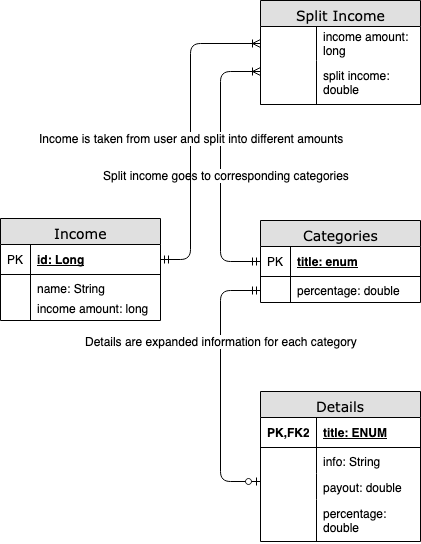
Before: docs/budget_erd.png, a diagram exported from draw.io (TreyPage/budget-backwards). Source tidied: cells renumbered, new cells last; positions are measured from the earlier drawing's top-left corner, leaving out a move shared by most shapes.
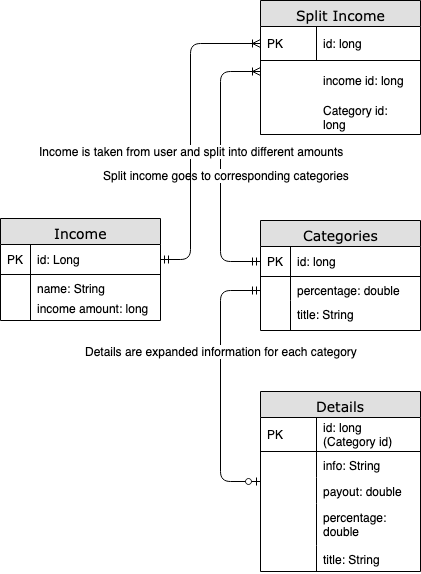
The same diagram one commit later.

Diff of the diagram source:
```diff
@@ -3,127 +3,141 @@
     <mxCell id="0" />
     <mxCell id="1" parent="0" />
     <mxCell id="2" value="Split Income" style="swimlane;html=1;fontStyle=0;horizontal=1;startSize=26;fillColor=#e0e0e0;swimlaneFillColor=#ffffff;align=center;rounded=0;shadow=0;comic=0;labelBackgroundColor=none;strokeColor=#000000;strokeWidth=1;fontFamily=Verdana;fontSize=14;fontColor=#000000;" parent="1" vertex="1">
-      <mxGeometry x="260" width="160" height="104" as="geometry" />
+      <mxGeometry x="260" width="160" height="134" as="geometry" />
     </mxCell>
-    <mxCell id="3" value="income amount: long" style="shape=partialRectangle;top=0;left=0;right=0;bottom=0;html=1;align=left;verticalAlign=middle;fillColor=none;spacingLeft=60;spacingRight=4;whiteSpace=wrap;overflow=hidden;points=[[0,0.5],[1,0.5]];portConstraint=eastwest;fontStyle=0;" parent="2" vertex="1">
+    <mxCell id="3" value="id: long" style="shape=partialRectangle;top=0;left=0;right=0;bottom=1;html=1;align=left;verticalAlign=middle;fillColor=none;spacingLeft=60;spacingRight=4;whiteSpace=wrap;overflow=hidden;points=[[0,0.5],[1,0.5]];portConstraint=eastwest;fontStyle=0;" parent="2" vertex="1">
       <mxGeometry y="26" width="160" height="34" as="geometry" />
     </mxCell>
-    <mxCell id="4" style="shape=partialRectangle;fontStyle=1;top=0;left=0;bottom=0;html=1;fillColor=none;align=left;verticalAlign=middle;spacingLeft=4;spacingRight=4;whiteSpace=wrap;overflow=hidden;" parent="3" vertex="1">
+    <mxCell id="4" value="PK" style="shape=partialRectangle;fontStyle=0;top=0;left=0;bottom=0;html=1;fillColor=none;align=left;verticalAlign=middle;spacingLeft=4;spacingRight=4;whiteSpace=wrap;overflow=hidden;" parent="3" vertex="1">
       <mxGeometry width="56" height="34" as="geometry" />
     </mxCell>
-    <mxCell id="5" value="split income: double" style="shape=partialRectangle;top=0;left=0;right=0;bottom=1;html=1;align=left;verticalAlign=middle;fillColor=none;spacingLeft=60;spacingRight=4;whiteSpace=wrap;overflow=hidden;fontStyle=0;" parent="2" vertex="1">
-      <mxGeometry y="60" width="160" height="44" as="geometry" />
+    <mxCell id="5" value="income id: long" style="shape=partialRectangle;top=0;left=1;right=0;bottom=0;html=1;align=left;verticalAlign=middle;fillColor=none;spacingLeft=60;spacingRight=4;whiteSpace=wrap;overflow=hidden;fontStyle=0;labelBorderColor=none;perimeterSpacing=0;" parent="2" vertex="1">
+      <mxGeometry y="60" width="160" height="40" as="geometry" />
     </mxCell>
-    <mxCell id="6" style="shape=partialRectangle;fontStyle=1;top=0;left=0;bottom=0;html=1;fillColor=none;align=left;verticalAlign=middle;spacingLeft=4;spacingRight=4;whiteSpace=wrap;overflow=hidden;" parent="5" vertex="1">
-      <mxGeometry width="56" height="44" as="geometry" />
+    <mxCell id="6" value="Category id: long" style="shape=partialRectangle;top=0;left=1;right=0;bottom=0;html=1;align=left;verticalAlign=middle;fillColor=none;spacingLeft=60;spacingRight=4;whiteSpace=wrap;overflow=hidden;fontStyle=0;" parent="2" vertex="1">
+      <mxGeometry y="100" width="160" height="34" as="geometry" />
     </mxCell>
     <mxCell id="7" value="Categories" style="swimlane;html=1;fontStyle=0;horizontal=1;startSize=26;fillColor=#e0e0e0;swimlaneFillColor=#ffffff;align=center;rounded=0;shadow=0;comic=0;labelBackgroundColor=none;strokeColor=#000000;strokeWidth=1;fontFamily=Verdana;fontSize=14;fontColor=#000000;" parent="1" vertex="1">
-      <mxGeometry x="260" y="220" width="160" height="82" as="geometry" />
+      <mxGeometry x="260" y="220" width="160" height="110" as="geometry" />
     </mxCell>
-    <mxCell id="8" value="title: enum" style="shape=partialRectangle;top=0;left=0;right=0;bottom=1;html=1;align=left;verticalAlign=middle;fillColor=none;spacingLeft=34;spacingRight=4;whiteSpace=wrap;overflow=hidden;points=[[0,0.5],[1,0.5]];portConstraint=eastwest;fontStyle=5;" parent="7" vertex="1">
+    <mxCell id="8" value="id: long" style="shape=partialRectangle;top=0;left=0;right=0;bottom=1;html=1;align=left;verticalAlign=middle;fillColor=none;spacingLeft=34;spacingRight=4;whiteSpace=wrap;overflow=hidden;points=[[0,0.5],[1,0.5]];portConstraint=eastwest;fontStyle=0;" parent="7" vertex="1">
       <mxGeometry y="26" width="160" height="30" as="geometry" />
     </mxCell>
     <mxCell id="9" value="PK" style="shape=partialRectangle;top=0;left=0;bottom=0;html=1;fillColor=none;align=left;verticalAlign=middle;spacingLeft=4;spacingRight=4;whiteSpace=wrap;overflow=hidden;" parent="8" vertex="1">
       <mxGeometry width="30" height="30" as="geometry" />
     </mxCell>
-    <mxCell id="10" value="percentage: double" style="shape=partialRectangle;top=0;left=0;right=0;bottom=0;html=1;align=left;verticalAlign=top;fillColor=none;spacingLeft=34;spacingRight=4;whiteSpace=wrap;overflow=hidden;" parent="7" vertex="1">
-      <mxGeometry y="56" width="160" height="26" as="geometry" />
+    <mxCell id="10" value="&lt;div&gt;percentage: double&lt;/div&gt;" style="shape=partialRectangle;top=0;left=0;right=0;bottom=0;html=1;align=left;verticalAlign=top;fillColor=none;spacingLeft=34;spacingRight=4;whiteSpace=wrap;overflow=hidden;" parent="7" vertex="1">
+      <mxGeometry y="56" width="160" height="24" as="geometry" />
     </mxCell>
     <mxCell id="11" style="shape=partialRectangle;top=0;left=0;bottom=0;html=1;fillColor=none;align=left;verticalAlign=top;spacingLeft=4;spacingRight=4;whiteSpace=wrap;overflow=hidden;" parent="10" vertex="1">
-      <mxGeometry width="30" height="26" as="geometry" />
+      <mxGeometry width="30" height="24" as="geometry" />
     </mxCell>
     <mxCell id="12" value="Details" style="swimlane;html=1;fontStyle=0;horizontal=1;startSize=26;fillColor=#e0e0e0;swimlaneFillColor=#ffffff;align=center;rounded=0;shadow=0;comic=0;labelBackgroundColor=none;strokeColor=#000000;strokeWidth=1;fontFamily=Verdana;fontSize=14;fontColor=#000000;" parent="1" vertex="1">
-      <mxGeometry x="260" y="391" width="160" height="150" as="geometry" />
+      <mxGeometry x="260" y="391" width="160" height="180" as="geometry" />
     </mxCell>
-    <mxCell id="13" value="title: ENUM" style="shape=partialRectangle;top=0;left=0;right=0;bottom=1;html=1;align=left;verticalAlign=middle;fillColor=none;spacingLeft=60;spacingRight=4;whiteSpace=wrap;overflow=hidden;fontStyle=5;" parent="12" vertex="1">
-      <mxGeometry y="26" width="160" height="30" as="geometry" />
+    <mxCell id="13" value="id: long (Category id)" style="shape=partialRectangle;top=0;left=0;right=0;bottom=1;html=1;align=left;verticalAlign=middle;fillColor=none;spacingLeft=60;spacingRight=4;whiteSpace=wrap;overflow=hidden;fontStyle=0;" parent="12" vertex="1">
+      <mxGeometry y="26" width="160" height="34" as="geometry" />
     </mxCell>
-    <mxCell id="14" value="PK,FK2" style="shape=partialRectangle;fontStyle=1;top=0;left=0;bottom=0;html=1;fillColor=none;align=left;verticalAlign=middle;spacingLeft=4;spacingRight=4;whiteSpace=wrap;overflow=hidden;" parent="13" vertex="1">
-      <mxGeometry width="56" height="30" as="geometry" />
+    <mxCell id="14" value="PK" style="shape=partialRectangle;fontStyle=0;top=0;left=0;bottom=0;html=1;fillColor=none;align=left;verticalAlign=middle;spacingLeft=4;spacingRight=4;whiteSpace=wrap;overflow=hidden;" parent="13" vertex="1">
+      <mxGeometry width="56" height="34" as="geometry" />
     </mxCell>
     <mxCell id="15" value="info: String" style="shape=partialRectangle;top=0;left=0;right=0;bottom=0;html=1;align=left;verticalAlign=top;fillColor=none;spacingLeft=60;spacingRight=4;whiteSpace=wrap;overflow=hidden;" parent="12" vertex="1">
-      <mxGeometry y="56" width="160" height="26" as="geometry" />
+      <mxGeometry y="60" width="160" height="26" as="geometry" />
     </mxCell>
     <mxCell id="16" style="shape=partialRectangle;top=0;left=0;bottom=0;html=1;fillColor=none;align=left;verticalAlign=top;spacingLeft=4;spacingRight=4;whiteSpace=wrap;overflow=hidden;" parent="15" vertex="1">
       <mxGeometry width="56" height="26" as="geometry" />
     </mxCell>
     <mxCell id="17" value="payout: double" style="shape=partialRectangle;top=0;left=0;right=0;bottom=0;html=1;align=left;verticalAlign=top;fillColor=none;spacingLeft=60;spacingRight=4;whiteSpace=wrap;overflow=hidden;" parent="12" vertex="1">
-      <mxGeometry y="82" width="160" height="26" as="geometry" />
+      <mxGeometry y="86" width="160" height="26" as="geometry" />
     </mxCell>
     <mxCell id="18" style="shape=partialRectangle;top=0;left=0;bottom=0;html=1;fillColor=none;align=left;verticalAlign=top;spacingLeft=4;spacingRight=4;whiteSpace=wrap;overflow=hidden;" parent="17" vertex="1">
       <mxGeometry width="56" height="26" as="geometry" />
     </mxCell>
     <mxCell id="19" value="percentage: double" style="shape=partialRectangle;top=0;left=0;right=0;bottom=0;html=1;align=left;verticalAlign=top;fillColor=none;spacingLeft=60;spacingRight=4;whiteSpace=wrap;overflow=hidden;" parent="12" vertex="1">
-      <mxGeometry y="108" width="160" height="42" as="geometry" />
+      <mxGeometry y="112" width="160" height="42" as="geometry" />
     </mxCell>
     <mxCell id="20" style="shape=partialRectangle;top=0;left=0;bottom=0;html=1;fillColor=none;align=left;verticalAlign=top;spacingLeft=4;spacingRight=4;whiteSpace=wrap;overflow=hidden;" parent="19" vertex="1">
       <mxGeometry width="56" height="42" as="geometry" />
     </mxCell>
-    <mxCell id="21" style="edgeStyle=orthogonalEdgeStyle;html=1;endArrow=ERoneToMany;startArrow=ERmandOne;labelBackgroundColor=none;fontFamily=Verdana;fontSize=14;exitX=0;exitY=0.5;endFill=0;startFill=0;" parent="1" edge="1" source="8">
-      <mxGeometry relative="1" as="geometry">
-        <mxPoint x="260" y="71" as="targetPoint" />
-        <Array as="points">
-          <mxPoint x="220" y="261" />
-          <mxPoint x="220" y="71" />
-        </Array>
-      </mxGeometry>
+    <mxCell id="21" value="title: String" style="shape=partialRectangle;top=0;left=0;right=0;bottom=0;html=1;align=left;verticalAlign=top;fillColor=none;spacingLeft=60;spacingRight=4;whiteSpace=wrap;overflow=hidden;" parent="12" vertex="1">
+      <mxGeometry y="154" width="160" height="26" as="geometry" />
     </mxCell>
-    <mxCell id="22" value="Split income goes to corresponding categories" style="text;html=1;align=center;verticalAlign=middle;labelBackgroundColor=#ffffff;" parent="21" vertex="1">
-      <mxGeometry x="-0.06" y="-5" relative="1" as="geometry" />
+    <mxCell id="22" style="shape=partialRectangle;top=0;left=0;bottom=0;html=1;fillColor=none;align=left;verticalAlign=top;spacingLeft=4;spacingRight=4;whiteSpace=wrap;overflow=hidden;" parent="21" vertex="1">
+      <mxGeometry width="56" height="26" as="geometry" />
     </mxCell>
-    <mxCell id="23" style="edgeStyle=orthogonalEdgeStyle;html=1;endArrow=ERmandOne;endFill=0;startArrow=ERzeroToOne;labelBackgroundColor=none;fontFamily=Verdana;fontSize=14;exitX=0;exitY=0.5;startFill=1;" parent="1" edge="1">
+    <mxCell id="23" style="edgeStyle=orthogonalEdgeStyle;html=1;endArrow=ERoneToMany;startArrow=ERmandOne;labelBackgroundColor=none;fontFamily=Verdana;fontSize=14;exitX=0;exitY=0.5;endFill=0;startFill=0;" parent="1" edge="1" source="8">
       <mxGeometry relative="1" as="geometry">
-        <mxPoint x="260" y="481" as="sourcePoint" />
-        <mxPoint x="260" y="290" as="targetPoint" />
+        <mxPoint x="260" y="71" as="targetPoint" />
         <Array as="points">
-          <mxPoint x="220" y="481" />
-          <mxPoint x="220" y="290" />
-          <mxPoint x="260" y="290" />
+          <mxPoint x="220" y="261" />
+          <mxPoint x="220" y="71" />
         </Array>
       </mxGeometry>
     </mxCell>
-    <mxCell id="24" value="Details are expanded information for each category" style="text;html=1;align=center;verticalAlign=middle;labelBackgroundColor=#ffffff;" parent="23" vertex="1">
-      <mxGeometry x="0.15" y="-3" relative="1" as="geometry">
-        <mxPoint x="-3" y="-25" as="offset" />
-      </mxGeometry>
+    <mxCell id="24" value="Split income goes to corresponding categories" style="text;html=1;align=center;verticalAlign=middle;labelBackgroundColor=#ffffff;" parent="23" vertex="1">
+      <mxGeometry x="-0.06" y="-5" relative="1" as="geometry" />
     </mxCell>
-    <mxCell id="25" value="Income" style="swimlane;html=1;fontStyle=0;horizontal=1;startSize=26;fillColor=#e0e0e0;swimlaneFillColor=#ffffff;align=center;rounded=0;shadow=0;comic=0;labelBackgroundColor=none;strokeColor=#000000;strokeWidth=1;fontFamily=Verdana;fontSize=14;fontColor=#000000;" parent="1" vertex="1">
-      <mxGeometry y="218" width="160" height="102" as="geometry" />
+    <mxCell id="25" style="edgeStyle=orthogonalEdgeStyle;html=1;endArrow=ERmandOne;endFill=0;startArrow=ERzeroToOne;labelBackgroundColor=none;fontFamily=Verdana;fontSize=14;exitX=0;exitY=0.5;startFill=1;" parent="1" edge="1">
+      <mxGeometry relative="1" as="geometry">
+        <mxPoint x="260" y="481" as="sourcePoint" />
+        <mxPoint x="260" y="290" as="targetPoint" />
+        <Array as="points">
+          <mxPoint x="220" y="481" />
+          <mxPoint x="220" y="290" />
+          <mxPoint x="260" y="290" />
+        </Array>
+      </mxGeometry>
     </mxCell>
-    <mxCell id="26" value="id: Long" style="shape=partialRectangle;top=0;left=0;right=0;bottom=1;html=1;align=left;verticalAlign=middle;fillColor=none;spacingLeft=34;spacingRight=4;whiteSpace=wrap;overflow=hidden;points=[[0,0.5],[1,0.5]];portConstraint=eastwest;fontStyle=5;" parent="25" vertex="1">
-      <mxGeometry y="26" width="160" height="30" as="geometry" />
+    <mxCell id="26" value="Details are expanded information for each category" style="text;html=1;points=[];align=center;verticalAlign=middle;labelBackgroundColor=#ffffff;" parent="25" vertex="1">
+      <mxGeometry x="0.15" y="-3" relative="1" as="geometry">
+        <mxPoint x="-3" y="-15" as="offset" />
+      </mxGeometry>
     </mxCell>
-    <mxCell id="27" value="PK" style="shape=partialRectangle;top=0;left=0;bottom=0;html=1;fillColor=none;align=left;verticalAlign=middle;spacingLeft=4;spacingRight=4;whiteSpace=wrap;overflow=hidden;" parent="26" vertex="1">
-      <mxGeometry width="30" height="30" as="geometry" />
+    <mxCell id="27" value="Income" style="swimlane;html=1;fontStyle=0;horizontal=1;startSize=26;fillColor=#e0e0e0;swimlaneFillColor=#ffffff;align=center;rounded=0;shadow=0;comic=0;labelBackgroundColor=none;strokeColor=#000000;strokeWidth=1;fontFamily=Verdana;fontSize=14;fontColor=#000000;" parent="1" vertex="1">
+      <mxGeometry y="218" width="160" height="102" as="geometry" />
     </mxCell>
-    <mxCell id="28" value="&lt;div&gt;name: String&lt;/div&gt;&lt;div&gt;&lt;br&gt;&lt;/div&gt;" style="shape=partialRectangle;top=0;left=0;right=0;bottom=0;html=1;align=left;verticalAlign=top;fillColor=none;spacingLeft=34;spacingRight=4;whiteSpace=wrap;overflow=hidden;points=[[0,0.5],[1,0.5]];portConstraint=eastwest;" parent="25" vertex="1">
-      <mxGeometry y="56" width="160" height="26" as="geometry" />
+    <mxCell id="28" value="id: Long" style="shape=partialRectangle;top=0;left=0;right=0;bottom=1;html=1;align=left;verticalAlign=middle;fillColor=none;spacingLeft=34;spacingRight=4;whiteSpace=wrap;overflow=hidden;points=[[0,0.5],[1,0.5]];portConstraint=eastwest;fontStyle=0;" parent="27" vertex="1">
+      <mxGeometry y="26" width="160" height="30" as="geometry" />
     </mxCell>
-    <mxCell id="29" style="shape=partialRectangle;top=0;left=0;bottom=0;html=1;fillColor=none;align=left;verticalAlign=top;spacingLeft=4;spacingRight=4;whiteSpace=wrap;overflow=hidden;" parent="28" vertex="1">
-      <mxGeometry width="30" height="26" as="geometry" />
+    <mxCell id="29" value="PK" style="shape=partialRectangle;top=0;left=0;bottom=0;html=1;fillColor=none;align=left;verticalAlign=middle;spacingLeft=4;spacingRight=4;whiteSpace=wrap;overflow=hidden;" parent="28" vertex="1">
+      <mxGeometry width="30" height="30" as="geometry" />
     </mxCell>
-    <mxCell id="30" style="shape=partialRectangle;top=0;left=0;right=0;bottom=0;html=1;align=left;verticalAlign=top;fillColor=none;spacingLeft=34;spacingRight=4;whiteSpace=wrap;overflow=hidden;" parent="25" vertex="1">
-      <mxGeometry y="82" width="160" height="10" as="geometry" />
+    <mxCell id="30" value="&lt;div&gt;name: String&lt;/div&gt;&lt;div&gt;&lt;br&gt;&lt;/div&gt;" style="shape=partialRectangle;top=0;left=0;right=0;bottom=0;html=1;align=left;verticalAlign=top;fillColor=none;spacingLeft=34;spacingRight=4;whiteSpace=wrap;overflow=hidden;" parent="27" vertex="1">
+      <mxGeometry y="56" width="160" height="26" as="geometry" />
     </mxCell>
     <mxCell id="31" style="shape=partialRectangle;top=0;left=0;bottom=0;html=1;fillColor=none;align=left;verticalAlign=top;spacingLeft=4;spacingRight=4;whiteSpace=wrap;overflow=hidden;" parent="30" vertex="1">
-      <mxGeometry width="30" height="10" as="geometry" />
+      <mxGeometry width="30" height="26" as="geometry" />
     </mxCell>
-    <mxCell id="32" style="html=1;endArrow=ERoneToMany;endFill=0;labelBackgroundColor=none;fontFamily=Verdana;fontSize=14;exitX=1;exitY=0.5;startArrow=ERmandOne;startFill=0;entryX=0;entryY=0.5;entryDx=0;entryDy=0;edgeStyle=orthogonalEdgeStyle;" parent="1" edge="1" source="26" target="3">
-      <mxGeometry relative="1" as="geometry">
-        <Array as="points">
-          <mxPoint x="190" y="259" />
-          <mxPoint x="190" y="43" />
-        </Array>
-      </mxGeometry>
+    <mxCell id="32" style="shape=partialRectangle;top=0;left=0;right=0;bottom=0;html=1;align=left;verticalAlign=top;fillColor=none;spacingLeft=34;spacingRight=4;whiteSpace=wrap;overflow=hidden;" parent="27" vertex="1">
+      <mxGeometry y="82" width="160" height="10" as="geometry" />
     </mxCell>
-    <mxCell id="33" value="Income is taken from user and split into different amounts" style="text;html=1;align=center;verticalAlign=middle;labelBackgroundColor=#ffffff;" parent="32" vertex="1">
-      <mxGeometry x="-0.04" relative="1" as="geometry" />
+    <mxCell id="33" style="shape=partialRectangle;top=0;left=0;bottom=0;html=1;fillColor=none;align=left;verticalAlign=top;spacingLeft=4;spacingRight=4;whiteSpace=wrap;overflow=hidden;" parent="32" vertex="1">
+      <mxGeometry width="30" height="10" as="geometry" />
     </mxCell>
-    <mxCell id="34" value="income amount: long" style="shape=partialRectangle;top=0;left=0;right=0;bottom=0;html=1;align=left;verticalAlign=top;fillColor=none;spacingLeft=34;spacingRight=4;whiteSpace=wrap;overflow=hidden;" parent="1" vertex="1">
-      <mxGeometry y="294" width="160" height="26" as="geometry" />
+    <mxCell id="34" style="html=1;endArrow=ERoneToMany;endFill=0;labelBackgroundColor=none;fontFamily=Verdana;fontSize=14;exitX=1;exitY=0.5;startArrow=ERmandOne;startFill=0;entryX=0;entryY=0.5;entryDx=0;entryDy=0;edgeStyle=orthogonalEdgeStyle;" parent="1" edge="1" source="28" target="3">
+      <mxGeometry relative="1" as="geometry">
+        <Array as="points">
+          <mxPoint x="190" y="259" />
+          <mxPoint x="190" y="43" />
+        </Array>
+      </mxGeometry>
     </mxCell>
-    <mxCell id="35" style="shape=partialRectangle;top=0;left=0;bottom=0;html=1;fillColor=none;align=left;verticalAlign=top;spacingLeft=4;spacingRight=4;whiteSpace=wrap;overflow=hidden;" parent="34" vertex="1">
-      <mxGeometry width="30" height="26" as="geometry" />
+    <mxCell id="35" value="Income is taken from user and split into different amounts" style="text;html=1;align=center;verticalAlign=middle;labelBackgroundColor=#ffffff;" parent="34" vertex="1">
+      <mxGeometry x="-0.04" relative="1" as="geometry">
+        <mxPoint y="13" as="offset" />
+      </mxGeometry>
     </mxCell>
+    <mxCell id="36" value="income amount: long" style="shape=partialRectangle;top=0;left=0;right=0;bottom=0;html=1;align=left;verticalAlign=top;fillColor=none;spacingLeft=34;spacingRight=4;whiteSpace=wrap;overflow=hidden;" parent="1" vertex="1">
+      <mxGeometry y="294" width="160" height="26" as="geometry" />
+    </mxCell>
+    <mxCell id="37" style="shape=partialRectangle;top=0;left=0;bottom=0;html=1;fillColor=none;align=left;verticalAlign=top;spacingLeft=4;spacingRight=4;whiteSpace=wrap;overflow=hidden;" parent="36" vertex="1">
+      <mxGeometry width="30" height="26" as="geometry" />
+    </mxCell>
+    <mxCell id="38" value="title: String" style="shape=partialRectangle;top=0;left=0;right=0;bottom=0;html=1;align=left;verticalAlign=top;fillColor=none;spacingLeft=34;spacingRight=4;whiteSpace=wrap;overflow=hidden;" parent="1" vertex="1">
+      <mxGeometry x="260" y="300" width="160" height="30" as="geometry" />
+    </mxCell>
+    <mxCell id="39" style="shape=partialRectangle;top=0;left=0;bottom=0;html=1;fillColor=none;align=left;verticalAlign=top;spacingLeft=4;spacingRight=4;whiteSpace=wrap;overflow=hidden;" parent="38" vertex="1">
+      <mxGeometry width="30" height="30" as="geometry" />
+    </mxCell>
   </root>
 </mxGraphModel>
```
